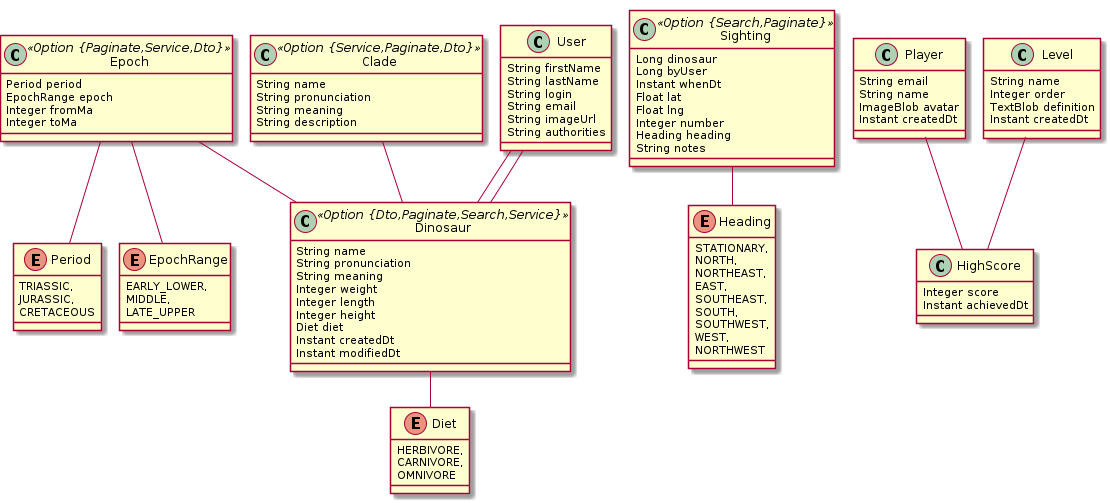
RatJuggler/jhipster-jdl keeps this PlantUML diagram as jhipster-microservice-dinosaurs.png. Above is the earlier version.
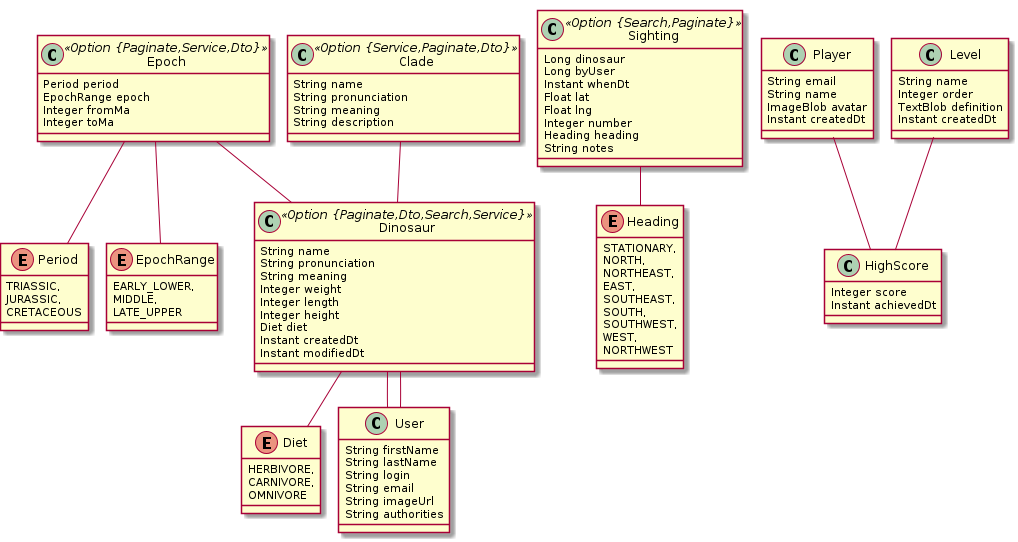
After the commit.

Commit message:
Correct User relationship.

The edit, as a diff of the source:
```diff
@@ -30,7 +30,7 @@
 		CARNIVORE,
 		OMNIVORE
 	}
-	class Dinosaur <<Option {Dto,Paginate,Search,Service}>> {
+	class Dinosaur <<Option {Paginate,Dto,Search,Service}>> {
 		String name
 		String pronunciation
 		String meaning
@@ -44,8 +44,8 @@
 	Dinosaur ..> Diet
 	Epoch  "0..1 " --o "epochItLived  1..* "  Dinosaur
 	Clade  "0..1 " --o "clade(name)  1..* "  Dinosaur
-	User  "0..1 " --o "createdBy  1..* "  Dinosaur
-	User  "0..1 " --o "modifiedBy 0..* "  Dinosaur
+	Dinosaur  "createdBy  1..* " o-- "0..1 "  User
+	Dinosaur  "modifiedBy 0..* " o-- "0..1 "  User
 	enum Heading {
 		STATIONARY,
 		NORTH,
```
